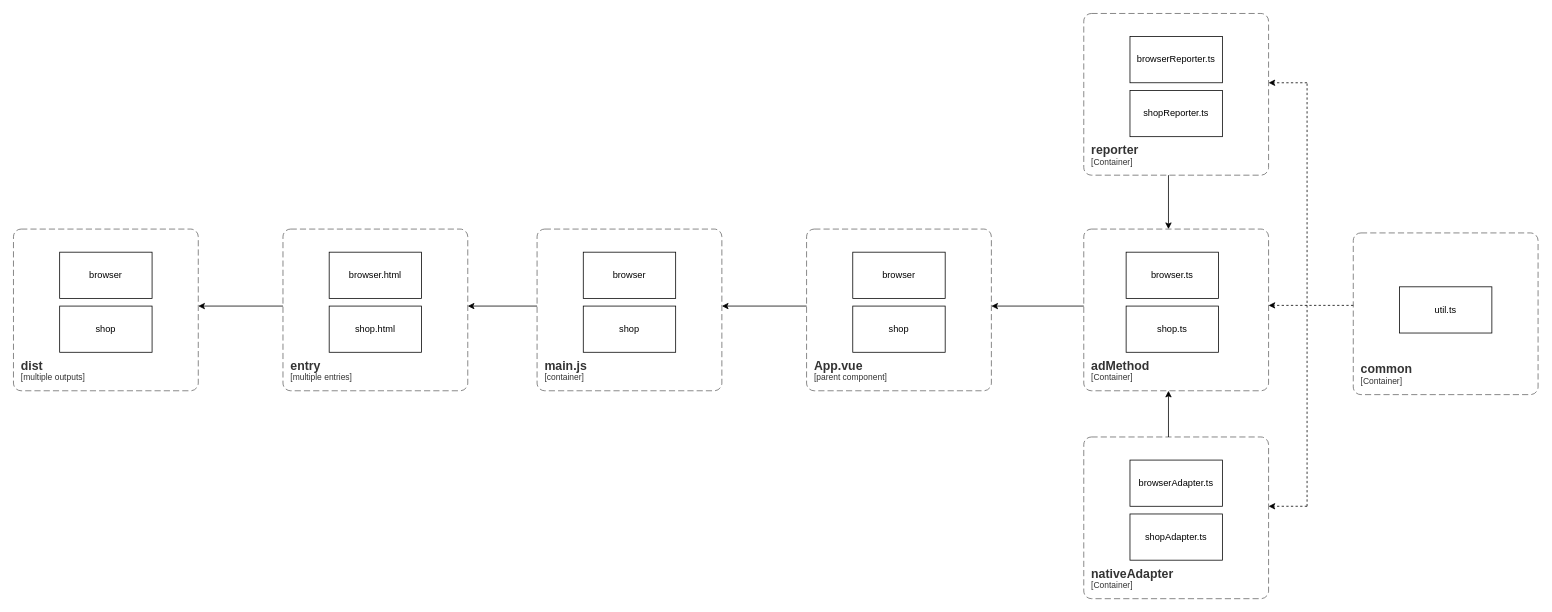
This is 智能短信合并架构图.drawio from Hantron/jira, a draw.io file, before an edit. Source tidied: cells renumbered, new cells numbered last; positions are measured from the earlier drawing's top-left corner, leaving out a move shared by most shapes. Both pictures are drawn from the tidied source at 77%, with x=0, y=0 at pixel (13, 13).
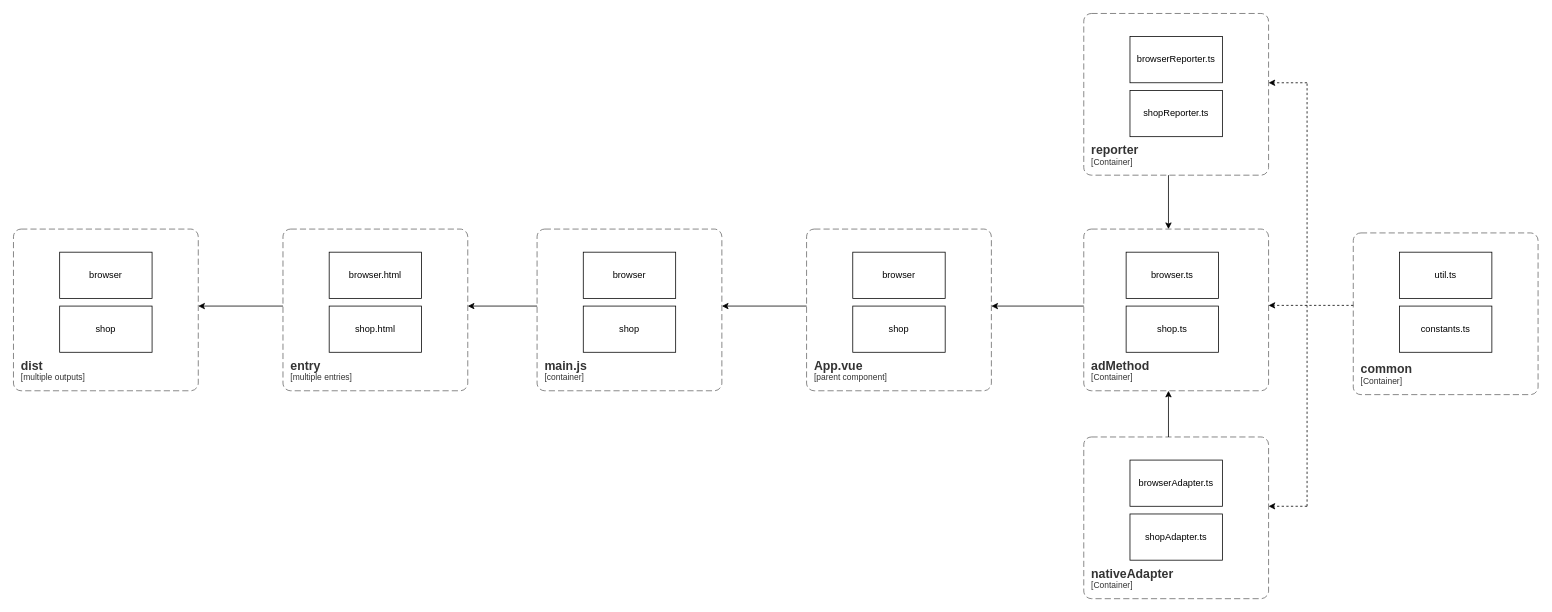
After the change.

Commit message (it also covers changes not shown here):
更新智能短信合并架构图.drawio

Diff of the diagram source:
```diff
@@
     <mxCell id="15" value="util.ts" style="whiteSpace=wrap;html=1;fillColor=none;" parent="1" vertex="1">
-      <mxGeometry x="1800" y="355" width="120" height="60" as="geometry" />
+      <mxGeometry x="1800" y="310" width="120" height="60" as="geometry" />
     </mxCell>
@@
+    <mxCell id="35" value="constants.ts" style="whiteSpace=wrap;html=1;fillColor=none;" parent="1" vertex="1">
+      <mxGeometry x="1800" y="380" width="120" height="60" as="geometry" />
+    </mxCell>
```
